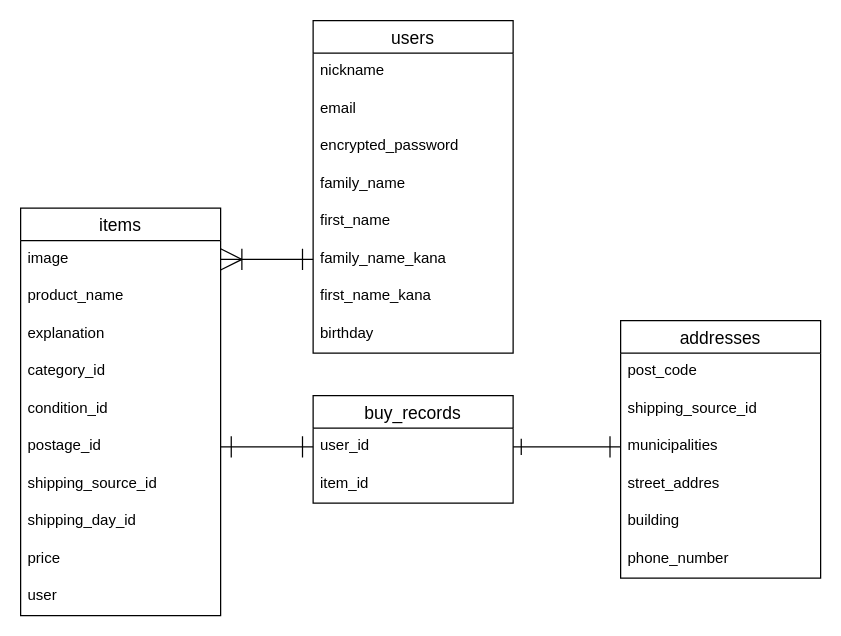
Before: furima-39307.dio in matsumotoyousuke/furima-39307, a draw.io diagram. Source tidied: cells renumbered, new cells numbered last; positions are measured from the earlier drawing's top-left corner, leaving out a move shared by most shapes. Both pictures are drawn from the tidied source at 125%, with x=0, y=0 at pixel (20, 20).
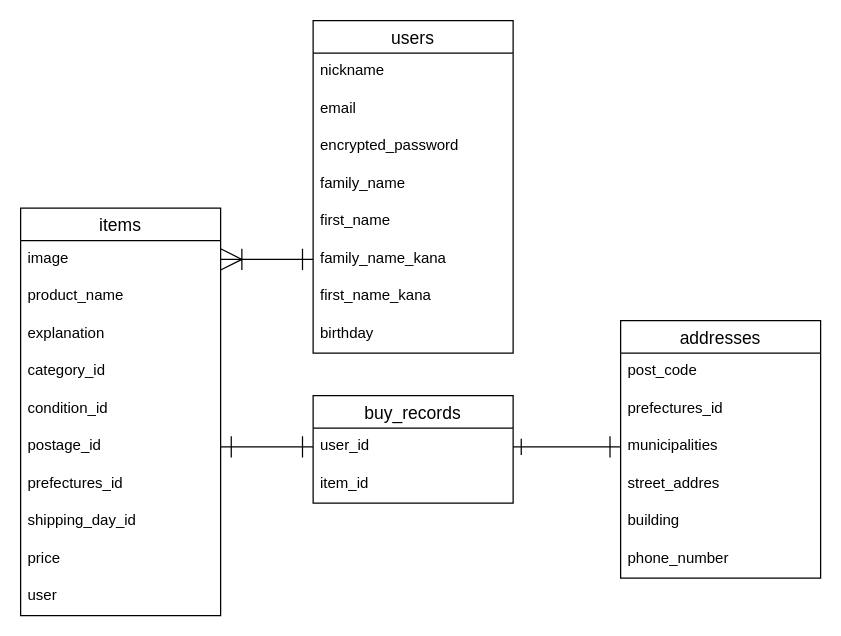
After the change.

Commit message (it also covers changes not shown here):
ER図、README修正(3)

Unchanged cells that the change refers to:
```xml
<mxCell id="11" value="items" style="swimlane;fontStyle=0;horizontal=1;startSize=26;align=center;fontSize=14;labelBorderColor=none;" parent="1" vertex="1">
  <mxGeometry y="150" width="160" height="326" as="geometry" />
</mxCell>
<mxCell id="25" value="addresses" style="swimlane;fontStyle=0;horizontal=1;startSize=26;align=center;fontSize=14;labelBorderColor=none;" parent="1" vertex="1">
  <mxGeometry x="480" y="240" width="160" height="206" as="geometry" />
</mxCell>
```

What changed in the source:
```diff
@@
-    <mxCell id="18" value="shipping_source_id" style="text;strokeColor=none;fillColor=none;spacingLeft=4;spacingRight=4;overflow=hidden;fontSize=12;labelBorderColor=none;" parent="11" vertex="1">
+    <mxCell id="18" value="prefectures_id" style="text;strokeColor=none;fillColor=none;spacingLeft=4;spacingRight=4;overflow=hidden;fontSize=12;labelBorderColor=none;" parent="11" vertex="1">
       <mxGeometry y="206" width="160" height="30" as="geometry" />
     </mxCell>
@@
-    <mxCell id="27" value="shipping_source_id" style="text;strokeColor=none;fillColor=none;spacingLeft=4;spacingRight=4;overflow=hidden;fontSize=12;labelBorderColor=none;" parent="25" vertex="1">
+    <mxCell id="27" value="prefectures_id" style="text;strokeColor=none;fillColor=none;spacingLeft=4;spacingRight=4;overflow=hidden;fontSize=12;labelBorderColor=none;" parent="25" vertex="1">
       <mxGeometry y="56" width="160" height="30" as="geometry" />
     </mxCell>
```
